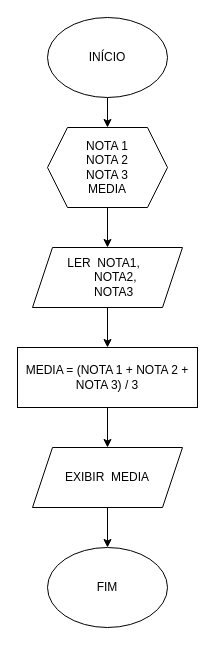
Earlier version of the draw.io diagram Atividades_LP1/Atividade2Questão4.drawio (Hevee06/Projetos_Diagrama.oi). Source tidied: cells renumbered, new cells numbered last; positions are measured from the earlier drawing's top-left corner, leaving out a move shared by most shapes. Both pictures are drawn from the tidied source at 100%, with x=0, y=0 at pixel (17, 17).
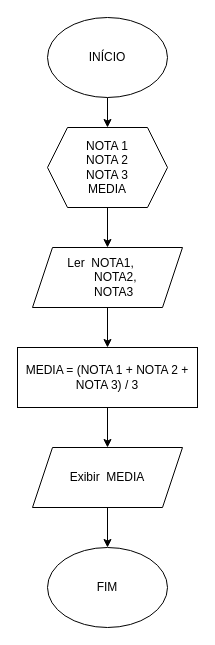
After the change.

What changed in the source:
```diff
@@
 <mxGraphModel>
   <root>
     <mxCell id="0" />
     <mxCell id="1" parent="0" />
     <mxCell id="2" style="edgeStyle=orthogonalEdgeStyle;rounded=0;jettySize=auto;html=1;" parent="1" edge="1" source="3" target="5">
       <mxGeometry relative="1" as="geometry" />
     </mxCell>
     <mxCell id="3" value="INÍCIO" style="ellipse;whiteSpace=wrap;html=1;" parent="1" vertex="1">
       <mxGeometry x="30" width="120" height="80" as="geometry" />
     </mxCell>
     <mxCell id="4" style="edgeStyle=orthogonalEdgeStyle;rounded=0;jettySize=auto;html=1;" parent="1" edge="1" source="5" target="7">
       <mxGeometry relative="1" as="geometry" />
     </mxCell>
     <mxCell id="5" value="NOTA 1&lt;div&gt;NOTA 2&lt;/div&gt;&lt;div&gt;NOTA 3&lt;/div&gt;&lt;div&gt;MEDIA&lt;/div&gt;" style="shape=hexagon;perimeter=hexagonPerimeter2;whiteSpace=wrap;html=1;fixedSize=1;" parent="1" vertex="1">
       <mxGeometry x="30" y="110" width="120" height="80" as="geometry" />
     </mxCell>
     <mxCell id="6" style="edgeStyle=orthogonalEdgeStyle;rounded=0;jettySize=auto;html=1;" parent="1" edge="1" source="7" target="9">
       <mxGeometry relative="1" as="geometry" />
     </mxCell>
-    <mxCell id="7" value="&amp;nbsp; &amp;nbsp; &amp;nbsp; &amp;nbsp; &amp;nbsp; LER&amp;nbsp; NOTA1,&lt;div&gt;&lt;span style=&quot;background-color: initial;&quot;&gt;&amp;nbsp; &amp;nbsp; &amp;nbsp; &amp;nbsp; &amp;nbsp; &amp;nbsp; &amp;nbsp; &amp;nbsp; &amp;nbsp; NOTA2,&lt;/span&gt;&lt;div&gt;&lt;div&gt;&amp;nbsp; &amp;nbsp; &amp;nbsp; &amp;nbsp; &amp;nbsp; &amp;nbsp; &amp;nbsp; &amp;nbsp; &amp;nbsp; NOTA3&lt;/div&gt;&lt;/div&gt;&lt;/div&gt;" style="shape=parallelogram;perimeter=parallelogramPerimeter;whiteSpace=wrap;html=1;fixedSize=1;align=left;" parent="1" vertex="1">
+    <mxCell id="7" value="&amp;nbsp; &amp;nbsp; &amp;nbsp; &amp;nbsp; &amp;nbsp; Ler&amp;nbsp; NOTA1,&lt;div&gt;&lt;span style=&quot;background-color: initial;&quot;&gt;&amp;nbsp; &amp;nbsp; &amp;nbsp; &amp;nbsp; &amp;nbsp; &amp;nbsp; &amp;nbsp; &amp;nbsp; &amp;nbsp; NOTA2,&lt;/span&gt;&lt;div&gt;&lt;div&gt;&amp;nbsp; &amp;nbsp; &amp;nbsp; &amp;nbsp; &amp;nbsp; &amp;nbsp; &amp;nbsp; &amp;nbsp; &amp;nbsp; NOTA3&lt;/div&gt;&lt;/div&gt;&lt;/div&gt;" style="shape=parallelogram;perimeter=parallelogramPerimeter;whiteSpace=wrap;html=1;fixedSize=1;align=left;" parent="1" vertex="1">
       <mxGeometry x="15" y="230" width="150" height="60" as="geometry" />
     </mxCell>
     <mxCell id="8" style="edgeStyle=orthogonalEdgeStyle;rounded=0;jettySize=auto;html=1;" parent="1" edge="1" source="9" target="11">
       <mxGeometry relative="1" as="geometry" />
     </mxCell>
     <mxCell id="9" value="MEDIA = (NOTA 1 + NOTA 2 + NOTA 3) / 3" style="rounded=0;whiteSpace=wrap;html=1;" parent="1" vertex="1">
       <mxGeometry y="330" width="180" height="60" as="geometry" />
     </mxCell>
     <mxCell id="10" style="edgeStyle=orthogonalEdgeStyle;rounded=0;jettySize=auto;html=1;" parent="1" edge="1" source="11" target="12">
       <mxGeometry relative="1" as="geometry" />
     </mxCell>
-    <mxCell id="11" value="EXIBIR&amp;nbsp; MEDIA" style="shape=parallelogram;perimeter=parallelogramPerimeter;whiteSpace=wrap;html=1;fixedSize=1;" parent="1" vertex="1">
+    <mxCell id="11" value="Exibir&amp;nbsp; MEDIA" style="shape=parallelogram;perimeter=parallelogramPerimeter;whiteSpace=wrap;html=1;fixedSize=1;" parent="1" vertex="1">
       <mxGeometry x="15" y="430" width="150" height="60" as="geometry" />
     </mxCell>
     <mxCell id="12" value="FIM" style="ellipse;whiteSpace=wrap;html=1;" parent="1" vertex="1">
       <mxGeometry x="30" y="530" width="120" height="80" as="geometry" />
     </mxCell>
   </root>
 </mxGraphModel>
```
